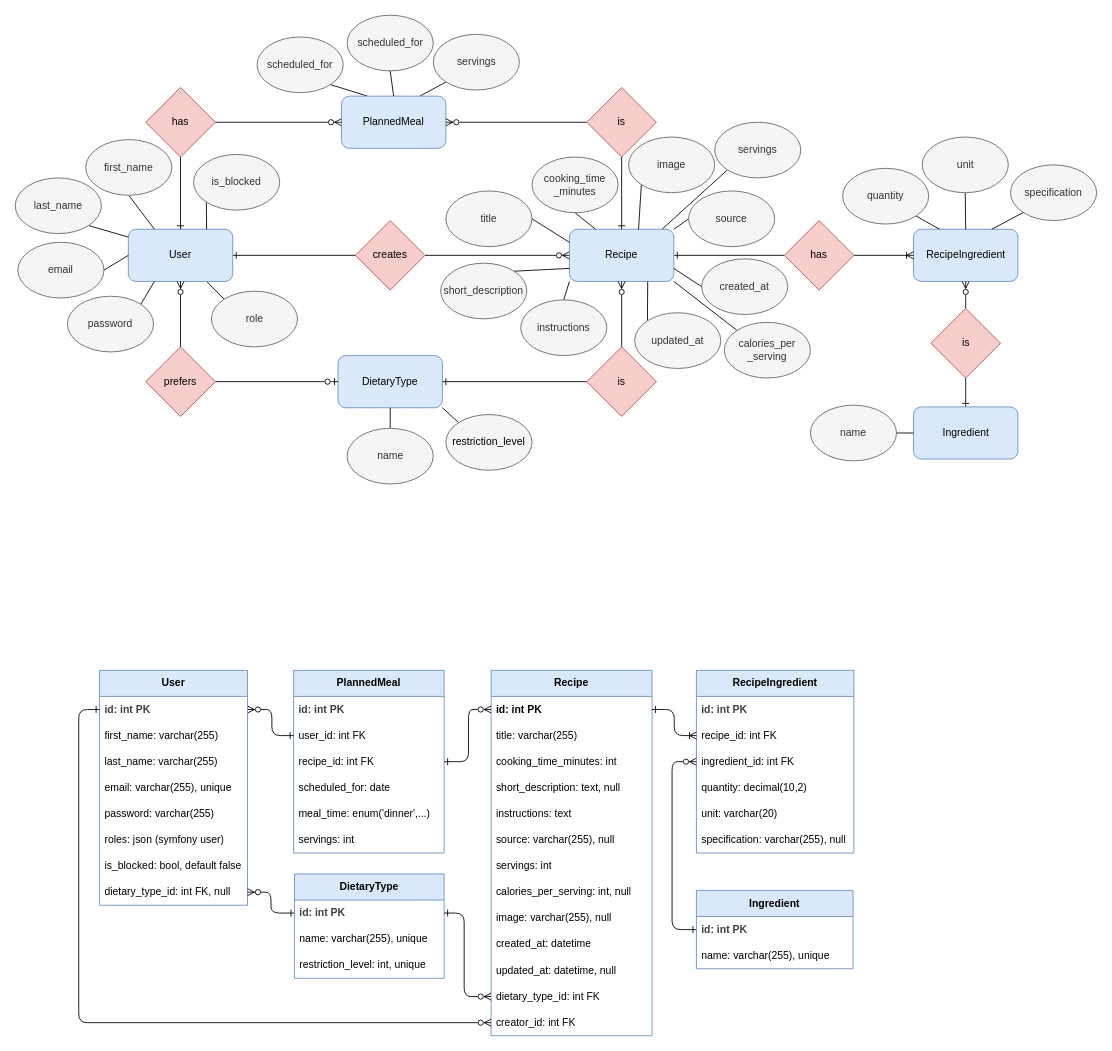
This is docs/erd/erd.drawio from ClaudiaLingenhoel/meal-planner, a draw.io file, before an edit. Source tidied: cells renumbered, new cells numbered last; positions are measured from the earlier drawing's top-left corner, leaving out a move shared by most shapes. Both pictures are drawn from the tidied source at 87%, with x=0, y=0 at pixel (15, 15).
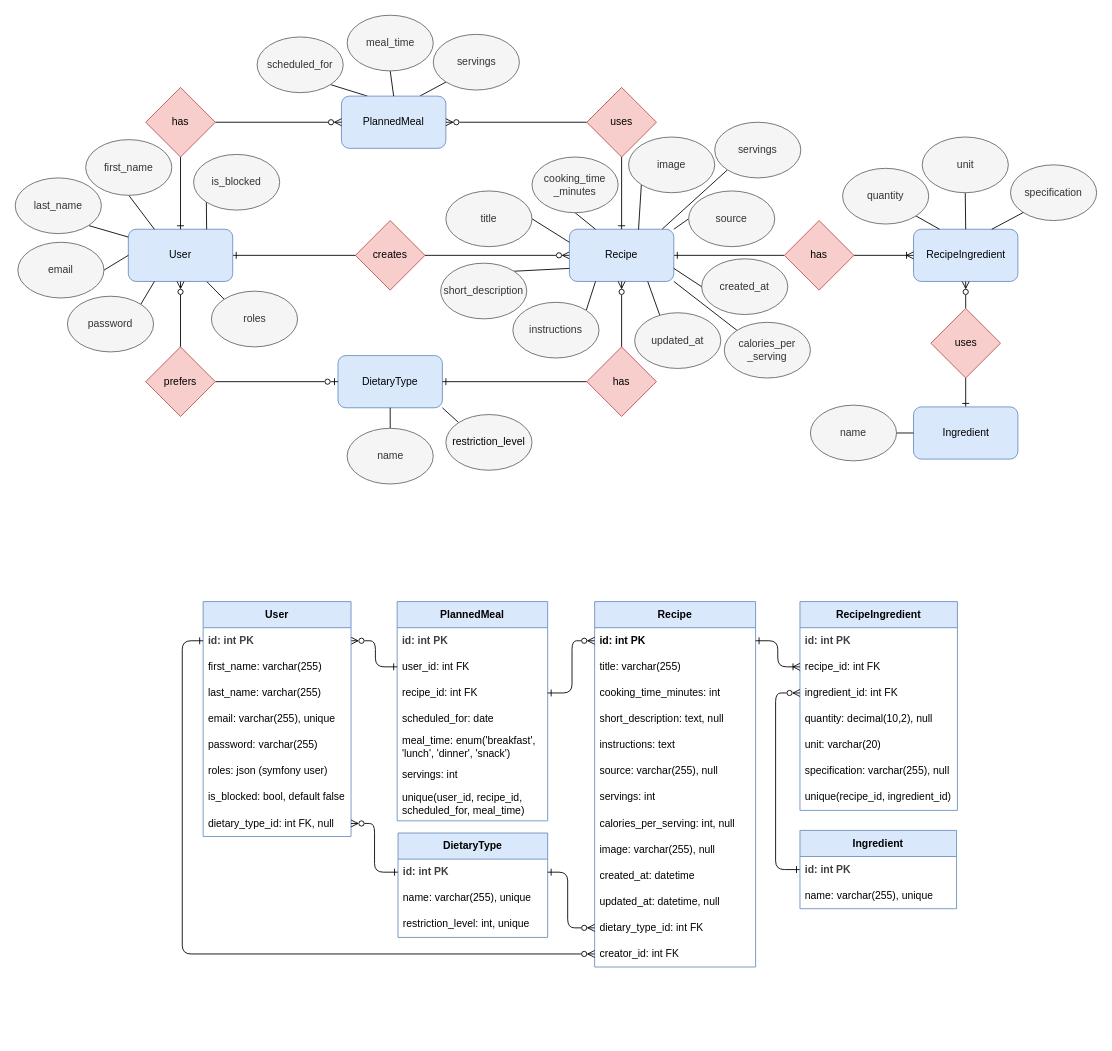
Above is the later version.

The change refers to these unchanged cells:
```xml
<mxCell id="19" value="Recipe" style="rounded=1;whiteSpace=wrap;html=1;fillColor=#dae8fc;strokeColor=#6c8ebf;" parent="1" vertex="1">
  <mxGeometry x="637" y="246" width="120" height="60" as="geometry" />
</mxCell>
<mxCell id="53" value="updated_at" style="ellipse;whiteSpace=wrap;html=1;fillColor=#f5f5f5;fontColor=#333333;strokeColor=#666666;" parent="1" vertex="1">
  <mxGeometry x="712" y="342" width="99" height="64" as="geometry" />
</mxCell>
<mxCell id="72" value="&lt;span style=&quot;color: rgb(0, 0, 0);&quot;&gt;ingredient_id: int&lt;/span&gt;&lt;span style=&quot;color: rgb(0, 0, 0);&quot;&gt; FK&lt;/span&gt;" style="text;strokeColor=none;fillColor=none;align=left;verticalAlign=middle;spacingLeft=4;spacingRight=4;overflow=hidden;points=[[0,0.5],[1,0.5]];portConstraint=eastwest;whiteSpace=wrap;html=1;" parent="69" vertex="1">
  <mxGeometry y="90" width="181" height="30" as="geometry" />
</mxCell>
<mxCell id="78" value="&lt;b&gt;id: int PK&lt;/b&gt;" style="text;strokeColor=none;fillColor=none;align=left;verticalAlign=middle;spacingLeft=4;spacingRight=4;overflow=hidden;points=[[0,0.5],[1,0.5]];portConstraint=eastwest;whiteSpace=wrap;html=1;" parent="77" vertex="1">
  <mxGeometry y="30" width="185" height="30" as="geometry" />
</mxCell>
<mxCell id="89" value="&lt;span style=&quot;color: rgb(0, 0, 0);&quot;&gt;dietary_type_id: int&lt;/span&gt;&lt;span style=&quot;color: rgb(0, 0, 0);&quot;&gt; FK&lt;/span&gt;" style="text;strokeColor=none;fillColor=none;align=left;verticalAlign=middle;spacingLeft=4;spacingRight=4;overflow=hidden;points=[[0,0.5],[1,0.5]];portConstraint=eastwest;whiteSpace=wrap;html=1;" parent="77" vertex="1">
  <mxGeometry y="360" width="185" height="30" as="geometry" />
</mxCell>
<mxCell id="90" value="&lt;span style=&quot;color: rgb(0, 0, 0);&quot;&gt;creator_id: int&lt;/span&gt;&lt;span style=&quot;color: rgb(0, 0, 0);&quot;&gt; FK&lt;/span&gt;" style="text;strokeColor=none;fillColor=none;align=left;verticalAlign=middle;spacingLeft=4;spacingRight=4;overflow=hidden;points=[[0,0.5],[1,0.5]];portConstraint=eastwest;whiteSpace=wrap;html=1;" parent="77" vertex="1">
  <mxGeometry y="390" width="185" height="30" as="geometry" />
</mxCell>
<mxCell id="94" value="&lt;span style=&quot;color: rgb(0, 0, 0);&quot;&gt;user_id: int FK&lt;/span&gt;" style="text;strokeColor=none;fillColor=none;align=left;verticalAlign=middle;spacingLeft=4;spacingRight=4;overflow=hidden;points=[[0,0.5],[1,0.5]];portConstraint=eastwest;whiteSpace=wrap;html=1;" parent="92" vertex="1">
  <mxGeometry y="60" width="173" height="30" as="geometry" />
</mxCell>
<mxCell id="95" value="recipe_id: int&lt;span style=&quot;color: rgb(0, 0, 0);&quot;&gt; FK&lt;/span&gt;" style="text;strokeColor=none;fillColor=none;align=left;verticalAlign=middle;spacingLeft=4;spacingRight=4;overflow=hidden;points=[[0,0.5],[1,0.5]];portConstraint=eastwest;whiteSpace=wrap;html=1;" parent="92" vertex="1">
  <mxGeometry y="90" width="173" height="30" as="geometry" />
</mxCell>
<mxCell id="102" value="&lt;b style=&quot;color: rgb(63, 63, 63); scrollbar-color: rgb(226, 226, 226) rgb(251, 251, 251);&quot;&gt;id: int PK&lt;/b&gt;" style="text;strokeColor=none;fillColor=none;align=left;verticalAlign=middle;spacingLeft=4;spacingRight=4;overflow=hidden;points=[[0,0.5],[1,0.5]];portConstraint=eastwest;whiteSpace=wrap;html=1;" parent="101" vertex="1">
  <mxGeometry y="30" width="170" height="30" as="geometry" />
</mxCell>
<mxCell id="112" value="&lt;b style=&quot;color: rgb(63, 63, 63); scrollbar-color: rgb(226, 226, 226) rgb(251, 251, 251);&quot;&gt;id: int PK&lt;/b&gt;" style="text;strokeColor=none;fillColor=none;align=left;verticalAlign=middle;spacingLeft=4;spacingRight=4;overflow=hidden;points=[[0,0.5],[1,0.5]];portConstraint=eastwest;whiteSpace=wrap;html=1;" parent="111" vertex="1">
  <mxGeometry y="30" width="172" height="30" as="geometry" />
</mxCell>
<mxCell id="116" value="&lt;b style=&quot;color: rgb(63, 63, 63); scrollbar-color: rgb(226, 226, 226) rgb(251, 251, 251);&quot;&gt;id: int PK&lt;/b&gt;" style="text;strokeColor=none;fillColor=none;align=left;verticalAlign=middle;spacingLeft=4;spacingRight=4;overflow=hidden;points=[[0,0.5],[1,0.5]];portConstraint=eastwest;whiteSpace=wrap;html=1;" parent="115" vertex="1">
  <mxGeometry y="30" width="180" height="30" as="geometry" />
</mxCell>
```

What changed in the source:
```diff
@@
-<mxGraphModel>
+<mxGraphModel background="#FFFFFF">
@@
-    <mxCell id="21" style="edgeStyle=none;shape=connector;rounded=1;html=1;exitX=0.5;exitY=0;exitDx=0;exitDy=0;strokeColor=default;align=center;verticalAlign=middle;fontFamily=Helvetica;fontSize=11;fontColor=default;labelBackgroundColor=default;endArrow=none;endFill=0;" parent="1" edge="1" source="22">
-      <mxGeometry relative="1" as="geometry">
-        <mxPoint x="637" y="306" as="targetPoint" />
-      </mxGeometry>
+    <mxCell id="21" style="edgeStyle=none;shape=connector;rounded=1;html=1;exitX=1;exitY=0;exitDx=0;exitDy=0;strokeColor=default;align=center;verticalAlign=middle;fontFamily=Helvetica;fontSize=11;fontColor=default;labelBackgroundColor=default;endArrow=none;endFill=0;entryX=0.25;entryY=1;entryDx=0;entryDy=0;" parent="1" edge="1" source="22" target="19">
+      <mxGeometry relative="1" as="geometry" />
     </mxCell>
     <mxCell id="22" value="instructions" style="ellipse;whiteSpace=wrap;html=1;fillColor=#f5f5f5;fontColor=#333333;strokeColor=#666666;" parent="1" vertex="1">
-      <mxGeometry x="581" y="327.2" width="99" height="64" as="geometry" />
+      <mxGeometry x="572" y="330" width="99" height="64" as="geometry" />
     </mxCell>
@@
-    <mxCell id="43" value="is" style="rhombus;whiteSpace=wrap;html=1;fillColor=#f8cecc;strokeColor=#b85450;" parent="1" vertex="1">
+    <mxCell id="43" value="uses" style="rhombus;whiteSpace=wrap;html=1;fillColor=#f8cecc;strokeColor=#b85450;" parent="1" vertex="1">
       <mxGeometry x="1052.5" y="337" width="80" height="80" as="geometry" />
     </mxCell>
@@
-    <mxCell id="52" style="edgeStyle=none;shape=connector;rounded=1;html=1;exitX=0;exitY=0;exitDx=0;exitDy=0;entryX=0.75;entryY=1;entryDx=0;entryDy=0;strokeColor=default;align=center;verticalAlign=middle;fontFamily=Helvetica;fontSize=11;fontColor=default;labelBackgroundColor=default;endArrow=none;endFill=0;" parent="1" edge="1" source="53" target="19">
+    <mxCell id="52" style="edgeStyle=none;shape=connector;rounded=1;html=1;exitX=0.29;exitY=0.038;exitDx=0;exitDy=0;entryX=0.75;entryY=1;entryDx=0;entryDy=0;strokeColor=default;align=center;verticalAlign=middle;fontFamily=Helvetica;fontSize=11;fontColor=default;labelBackgroundColor=default;endArrow=none;endFill=0;exitPerimeter=0;" parent="1" edge="1" source="53" target="19">
       <mxGeometry relative="1" as="geometry" />
     </mxCell>
@@
-    <mxCell id="62" value="is" style="rhombus;whiteSpace=wrap;html=1;fillColor=#f8cecc;strokeColor=#b85450;" parent="1" vertex="1">
+    <mxCell id="62" value="has" style="rhombus;whiteSpace=wrap;html=1;fillColor=#f8cecc;strokeColor=#b85450;" parent="1" vertex="1">
       <mxGeometry x="657" y="381.2" width="80" height="80" as="geometry" />
     </mxCell>
@@
-    <mxCell id="64" value="role" style="ellipse;whiteSpace=wrap;html=1;fillColor=#f5f5f5;fontColor=#333333;strokeColor=#666666;" parent="1" vertex="1">
+    <mxCell id="64" value="roles" style="ellipse;whiteSpace=wrap;html=1;fillColor=#f5f5f5;fontColor=#333333;strokeColor=#666666;" parent="1" vertex="1">
       <mxGeometry x="225.5" y="317.2" width="99" height="64" as="geometry" />
     </mxCell>
@@
     <mxCell id="69" value="&lt;b&gt;RecipeIngredient&lt;/b&gt;" style="swimlane;fontStyle=0;horizontal=1;startSize=30;whiteSpace=wrap;html=1;fillColor=#dae8fc;strokeColor=#6c8ebf;" parent="1" vertex="1">
-      <mxGeometry x="783" y="753" width="181" height="210" as="geometry" />
+      <mxGeometry x="902" y="674" width="181" height="240" as="geometry" />
     </mxCell>
@@
-    <mxCell id="73" value="quantity: decimal(10,2)" style="text;strokeColor=none;fillColor=none;align=left;verticalAlign=middle;spacingLeft=4;spacingRight=4;overflow=hidden;whiteSpace=wrap;html=1;" parent="69" vertex="1">
+    <mxCell id="73" value="quantity: decimal(10,2), null" style="text;strokeColor=none;fillColor=none;align=left;verticalAlign=middle;spacingLeft=4;spacingRight=4;overflow=hidden;whiteSpace=wrap;html=1;" parent="69" vertex="1">
       <mxGeometry y="120" width="181" height="30" as="geometry" />
     </mxCell>
@@
+    <mxCell id="132" value="&lt;span style=&quot;color: rgb(0, 0, 0);&quot;&gt;unique(recipe_id, ingredient_id)&lt;/span&gt;" style="text;strokeColor=none;fillColor=none;align=left;verticalAlign=middle;spacingLeft=4;spacingRight=4;overflow=hidden;whiteSpace=wrap;html=1;" parent="69" vertex="1">
+      <mxGeometry y="210" width="181" height="30" as="geometry" />
+    </mxCell>
     <mxCell id="76" style="edgeStyle=orthogonalEdgeStyle;html=1;entryX=0;entryY=0.5;entryDx=0;entryDy=0;rounded=1;strokeColor=default;align=center;verticalAlign=middle;fontFamily=Helvetica;fontSize=11;fontColor=default;labelBackgroundColor=default;startArrow=ERone;startFill=0;endArrow=ERzeroToMany;endFill=0;exitX=0;exitY=0.5;exitDx=0;exitDy=0;" parent="1" edge="1" source="116" target="72">
       <mxGeometry relative="1" as="geometry">
         <Array as="points">
-          <mxPoint x="755" y="1051" />
-          <mxPoint x="755" y="858" />
+          <mxPoint x="874" y="982" />
+          <mxPoint x="874" y="779" />
         </Array>
       </mxGeometry>
     </mxCell>
     <mxCell id="77" value="&lt;b&gt;Recipe&lt;/b&gt;" style="swimlane;fontStyle=0;horizontal=1;startSize=30;whiteSpace=wrap;html=1;fillColor=#dae8fc;strokeColor=#6c8ebf;" parent="1" vertex="1">
-      <mxGeometry x="547" y="753" width="185" height="420" as="geometry" />
+      <mxGeometry x="666" y="674" width="185" height="420" as="geometry" />
     </mxCell>
@@
     <mxCell id="92" value="&lt;b&gt;PlannedMeal&lt;/b&gt;" style="swimlane;fontStyle=0;horizontal=1;startSize=30;whiteSpace=wrap;html=1;fillColor=#dae8fc;strokeColor=#6c8ebf;" parent="1" vertex="1">
-      <mxGeometry x="320" y="753" width="173" height="210" as="geometry" />
+      <mxGeometry x="439" y="674" width="173" height="252" as="geometry" />
     </mxCell>
@@
-    <mxCell id="97" value="meal_time: enum('dinner',...)" style="text;strokeColor=none;fillColor=none;align=left;verticalAlign=middle;spacingLeft=4;spacingRight=4;overflow=hidden;whiteSpace=wrap;html=1;" parent="92" vertex="1">
-      <mxGeometry y="150" width="173" height="30" as="geometry" />
+    <mxCell id="97" value="meal_time: enum('breakfast', 'lunch', 'dinner', 'snack')" style="text;strokeColor=none;fillColor=none;align=left;verticalAlign=middle;spacingLeft=4;spacingRight=4;overflow=hidden;whiteSpace=wrap;html=1;" parent="92" vertex="1">
+      <mxGeometry y="150" width="173" height="34" as="geometry" />
     </mxCell>
     <mxCell id="98" value="servings: int" style="text;strokeColor=none;fillColor=none;align=left;verticalAlign=middle;spacingLeft=4;spacingRight=4;overflow=hidden;whiteSpace=wrap;html=1;" parent="92" vertex="1">
-      <mxGeometry y="180" width="173" height="30" as="geometry" />
+      <mxGeometry y="184" width="173" height="30" as="geometry" />
     </mxCell>
+    <mxCell id="133" value="unique(user_id, recipe_id, scheduled_for, meal_time)" style="text;strokeColor=none;fillColor=none;align=left;verticalAlign=middle;spacingLeft=4;spacingRight=4;overflow=hidden;whiteSpace=wrap;html=1;" parent="92" vertex="1">
+      <mxGeometry y="214" width="173" height="38" as="geometry" />
+    </mxCell>
     <mxCell id="99" style="edgeStyle=orthogonalEdgeStyle;shape=connector;rounded=1;html=1;strokeColor=default;align=center;verticalAlign=middle;fontFamily=Helvetica;fontSize=11;fontColor=default;labelBackgroundColor=default;startArrow=ERzeroToMany;startFill=0;endArrow=ERone;endFill=0;exitX=1;exitY=0.5;exitDx=0;exitDy=0;entryX=0;entryY=0.5;entryDx=0;entryDy=0;" parent="1" edge="1" source="102" target="94">
       <mxGeometry relative="1" as="geometry">
         <Array as="points">
-          <mxPoint x="295" y="798" />
-          <mxPoint x="295" y="828" />
+          <mxPoint x="414" y="719" />
+          <mxPoint x="414" y="749" />
         </Array>
       </mxGeometry>
     </mxCell>
     <mxCell id="100" style="edgeStyle=orthogonalEdgeStyle;shape=connector;rounded=1;html=1;entryX=1;entryY=0.5;entryDx=0;entryDy=0;strokeColor=default;align=center;verticalAlign=middle;fontFamily=Helvetica;fontSize=11;fontColor=default;labelBackgroundColor=default;startArrow=ERzeroToMany;startFill=0;endArrow=ERone;endFill=0;exitX=0;exitY=0.5;exitDx=0;exitDy=0;" parent="1" edge="1" source="78" target="95">
       <mxGeometry relative="1" as="geometry">
         <Array as="points">
-          <mxPoint x="521" y="798" />
-          <mxPoint x="521" y="858" />
+          <mxPoint x="640" y="719" />
+          <mxPoint x="640" y="779" />
         </Array>
       </mxGeometry>
     </mxCell>
     <mxCell id="101" value="&lt;b&gt;User&lt;/b&gt;" style="swimlane;fontStyle=0;horizontal=1;startSize=30;whiteSpace=wrap;html=1;fillColor=#dae8fc;strokeColor=#6c8ebf;" parent="1" vertex="1">
-      <mxGeometry x="97" y="753" width="170" height="270" as="geometry" />
+      <mxGeometry x="216" y="674" width="170" height="270" as="geometry" />
     </mxCell>
@@
     <mxCell id="111" value="&lt;b&gt;DietaryType&lt;/b&gt;" style="swimlane;fontStyle=0;horizontal=1;startSize=30;whiteSpace=wrap;html=1;fillColor=#dae8fc;strokeColor=#6c8ebf;" parent="1" vertex="1">
-      <mxGeometry x="321" y="987" width="172" height="120" as="geometry" />
+      <mxGeometry x="440" y="940" width="172" height="120" as="geometry" />
     </mxCell>
@@
     <mxCell id="115" value="&lt;b&gt;Ingredient&lt;/b&gt;" style="swimlane;fontStyle=0;horizontal=1;startSize=30;whiteSpace=wrap;html=1;fillColor=#dae8fc;strokeColor=#6c8ebf;" parent="1" vertex="1">
-      <mxGeometry x="783" y="1006" width="180" height="90" as="geometry" />
+      <mxGeometry x="902" y="937" width="180" height="90" as="geometry" />
     </mxCell>
@@
     <mxCell id="118" style="edgeStyle=orthogonalEdgeStyle;html=1;entryX=1;entryY=0.5;entryDx=0;entryDy=0;startArrow=ERzeroToMany;startFill=0;endArrow=ERone;endFill=0;exitX=0;exitY=0.5;exitDx=0;exitDy=0;" parent="1" edge="1" source="89" target="112">
       <mxGeometry relative="1" as="geometry">
         <Array as="points">
-          <mxPoint x="516" y="1128" />
-          <mxPoint x="516" y="1032" />
+          <mxPoint x="635" y="1049" />
+          <mxPoint x="635" y="985" />
         </Array>
       </mxGeometry>
     </mxCell>
     <mxCell id="119" style="edgeStyle=none;shape=connector;rounded=1;html=1;exitX=0;exitY=0.5;exitDx=0;exitDy=0;entryX=0;entryY=0.5;entryDx=0;entryDy=0;strokeColor=default;align=center;verticalAlign=middle;fontFamily=Helvetica;fontSize=11;fontColor=default;labelBackgroundColor=default;endArrow=ERone;endFill=0;startArrow=ERzeroToMany;startFill=0;" parent="1" edge="1" source="90" target="102">
       <mxGeometry relative="1" as="geometry">
         <Array as="points">
-          <mxPoint x="73" y="1158" />
-          <mxPoint x="73" y="798" />
+          <mxPoint x="192" y="1079" />
+          <mxPoint x="192" y="719" />
         </Array>
       </mxGeometry>
     </mxCell>
@@
-    <mxCell id="126" value="is" style="rhombus;whiteSpace=wrap;html=1;fillColor=#f8cecc;strokeColor=#b85450;" parent="1" vertex="1">
+    <mxCell id="126" value="uses" style="rhombus;whiteSpace=wrap;html=1;fillColor=#f8cecc;strokeColor=#b85450;" parent="1" vertex="1">
       <mxGeometry x="657" y="83" width="80" height="80" as="geometry" />
     </mxCell>
@@
-    <mxCell id="130" value="scheduled_for" style="ellipse;whiteSpace=wrap;html=1;fillColor=#f5f5f5;fontColor=#333333;strokeColor=#666666;" parent="1" vertex="1">
+    <mxCell id="130" value="meal_time" style="ellipse;whiteSpace=wrap;html=1;fillColor=#f5f5f5;fontColor=#333333;strokeColor=#666666;" parent="1" vertex="1">
       <mxGeometry x="381.5" width="99" height="64" as="geometry" />
     </mxCell>
```
